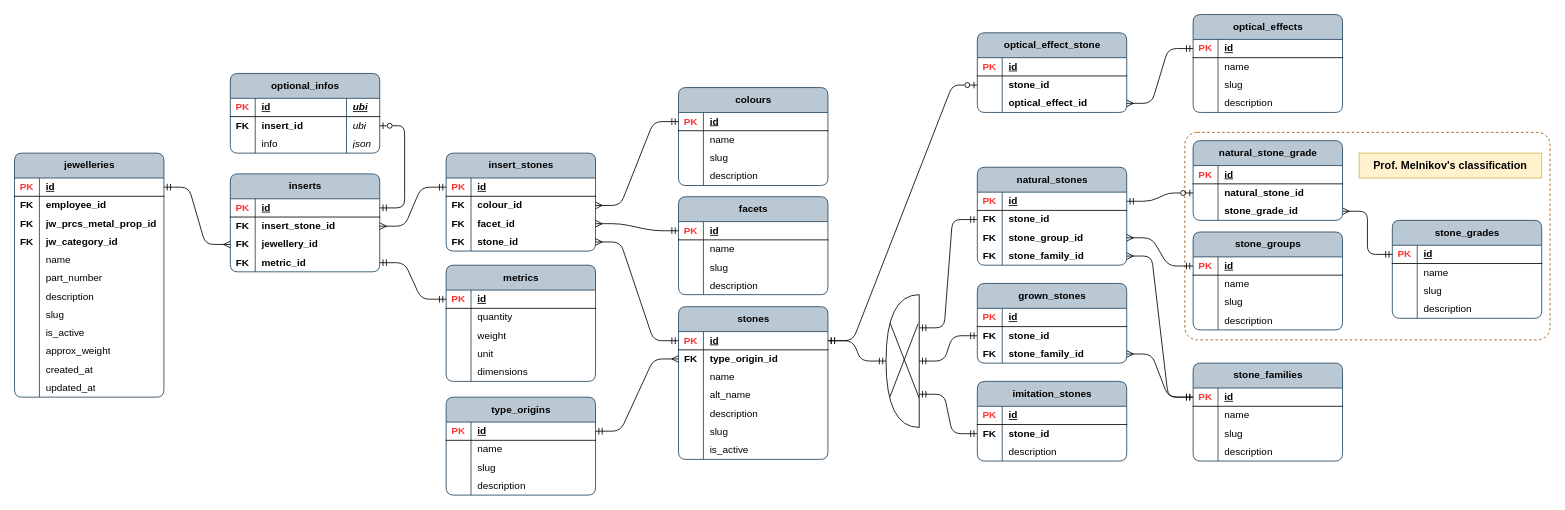
Before: page "psql_inserts" (2 of 13) of publisher/laravel-app/psql_jewellery_items.drawio in Local-development-environment/msg-brokers-publisher-consumer, a draw.io diagram. Source tidied: cells renumbered, new cells numbered last; positions are measured from the earlier drawing's top-left corner, leaving out a move shared by most shapes. Both pictures are drawn from the tidied source at 83%, with x=0, y=0 at pixel (14, 14).
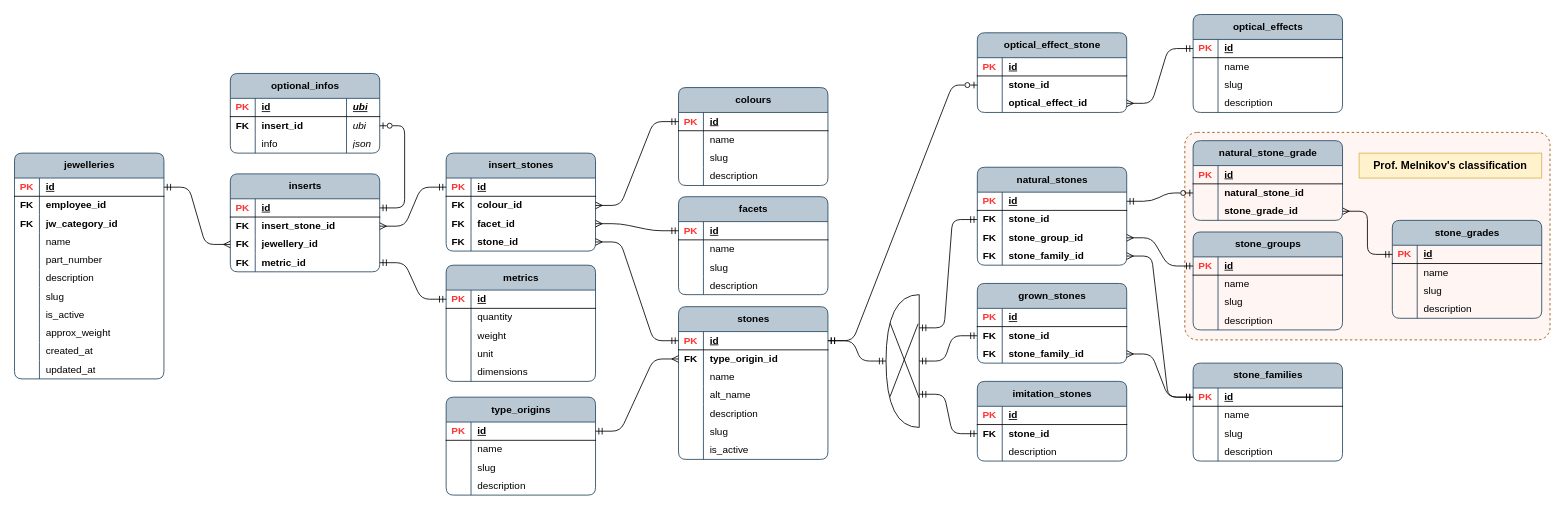
After the change.

Change to the diagram source:
```diff
@@
-    <mxCell id="2" style="rounded=1;whiteSpace=wrap;html=1;fillOpacity=0;dashed=1;strokeColor=#994C00;arcSize=6;" parent="1" vertex="1">
+    <mxCell id="2" style="rounded=1;whiteSpace=wrap;html=1;fillOpacity=100;dashed=1;strokeColor=#994C00;arcSize=6;fillColor=#FFF5F2;fillStyle=solid;" parent="1" vertex="1">
       <mxGeometry x="1410" y="142" width="440" height="250" as="geometry" />
     </mxCell>
@@
     <mxCell id="121" value="jewelleries" style="shape=table;startSize=30;childLayout=tableLayout;rowLines=0;fontStyle=1;align=center;html=1;rounded=1;swimlaneFillColor=none;fillColor=#bac8d3;strokeColor=#23445d;columnLines=1;arcSize=10;" parent="1" vertex="1">
-      <mxGeometry y="167" width="180" height="294" as="geometry" />
+      <mxGeometry y="167" width="180" height="272" as="geometry" />
     </mxCell>
@@
-    <mxCell id="128" style="shape=tableRow;horizontal=0;startSize=0;swimlaneHead=0;swimlaneBody=0;fillColor=none;top=0;left=0;right=0;bottom=0;rounded=1;" parent="121" vertex="1">
-      <mxGeometry y="74" width="180" height="22" as="geometry" />
-    </mxCell>
-    <mxCell id="129" value="&lt;b&gt;FK&lt;/b&gt;" style="shape=partialRectangle;fillColor=none;top=0;left=0;bottom=0;right=0;overflow=hidden;whiteSpace=wrap;html=1;rounded=1;" parent="128" vertex="1">
-      <mxGeometry width="30" height="22" as="geometry" />
-    </mxCell>
-    <mxCell id="130" value="&lt;span style=&quot;font-weight: 700; text-align: center; text-wrap-mode: nowrap;&quot;&gt;jw_prcs_metal_prop_id&lt;/span&gt;" style="shape=partialRectangle;fillColor=none;top=0;left=0;bottom=0;right=0;align=left;spacingLeft=6;overflow=hidden;whiteSpace=wrap;html=1;rounded=1;" parent="128" vertex="1">
-      <mxGeometry x="30" width="150" height="22" as="geometry" />
-    </mxCell>
     <mxCell id="131" style="shape=tableRow;horizontal=0;startSize=0;swimlaneHead=0;swimlaneBody=0;fillColor=none;top=0;left=0;right=0;bottom=0;rounded=1;" parent="121" vertex="1">
-      <mxGeometry y="96" width="180" height="22" as="geometry" />
+      <mxGeometry y="74" width="180" height="22" as="geometry" />
     </mxCell>
@@
     <mxCell id="134" style="shape=tableRow;horizontal=0;startSize=0;swimlaneHead=0;swimlaneBody=0;fillColor=none;top=0;left=0;right=0;bottom=0;rounded=1;" parent="121" vertex="1">
-      <mxGeometry y="118" width="180" height="22" as="geometry" />
+      <mxGeometry y="96" width="180" height="22" as="geometry" />
     </mxCell>
@@
     <mxCell id="137" style="shape=tableRow;horizontal=0;startSize=0;swimlaneHead=0;swimlaneBody=0;fillColor=none;top=0;left=0;right=0;bottom=0;rounded=1;" parent="121" vertex="1">
-      <mxGeometry y="140" width="180" height="22" as="geometry" />
+      <mxGeometry y="118" width="180" height="22" as="geometry" />
     </mxCell>
@@
     <mxCell id="140" style="shape=tableRow;horizontal=0;startSize=0;swimlaneHead=0;swimlaneBody=0;fillColor=none;top=0;left=0;right=0;bottom=0;rounded=1;" parent="121" vertex="1">
-      <mxGeometry y="162" width="180" height="22" as="geometry" />
+      <mxGeometry y="140" width="180" height="22" as="geometry" />
     </mxCell>
@@
     <mxCell id="143" style="shape=tableRow;horizontal=0;startSize=0;swimlaneHead=0;swimlaneBody=0;fillColor=none;top=0;left=0;right=0;bottom=0;rounded=1;" parent="121" vertex="1">
-      <mxGeometry y="184" width="180" height="22" as="geometry" />
+      <mxGeometry y="162" width="180" height="22" as="geometry" />
     </mxCell>
@@
     <mxCell id="146" style="shape=tableRow;horizontal=0;startSize=0;swimlaneHead=0;swimlaneBody=0;fillColor=none;top=0;left=0;right=0;bottom=0;rounded=1;" parent="121" vertex="1">
-      <mxGeometry y="206" width="180" height="22" as="geometry" />
+      <mxGeometry y="184" width="180" height="22" as="geometry" />
     </mxCell>
@@
     <mxCell id="149" style="shape=tableRow;horizontal=0;startSize=0;swimlaneHead=0;swimlaneBody=0;fillColor=none;top=0;left=0;right=0;bottom=0;rounded=1;" parent="121" vertex="1">
-      <mxGeometry y="228" width="180" height="22" as="geometry" />
+      <mxGeometry y="206" width="180" height="22" as="geometry" />
     </mxCell>
@@
     <mxCell id="152" style="shape=tableRow;horizontal=0;startSize=0;swimlaneHead=0;swimlaneBody=0;fillColor=none;top=0;left=0;right=0;bottom=0;rounded=1;" parent="121" vertex="1">
-      <mxGeometry y="250" width="180" height="22" as="geometry" />
+      <mxGeometry y="228" width="180" height="22" as="geometry" />
     </mxCell>
@@
     <mxCell id="155" style="shape=tableRow;horizontal=0;startSize=0;swimlaneHead=0;swimlaneBody=0;fillColor=none;top=0;left=0;right=0;bottom=0;rounded=1;" parent="121" vertex="1">
-      <mxGeometry y="272" width="180" height="22" as="geometry" />
+      <mxGeometry y="250" width="180" height="22" as="geometry" />
     </mxCell>
```
